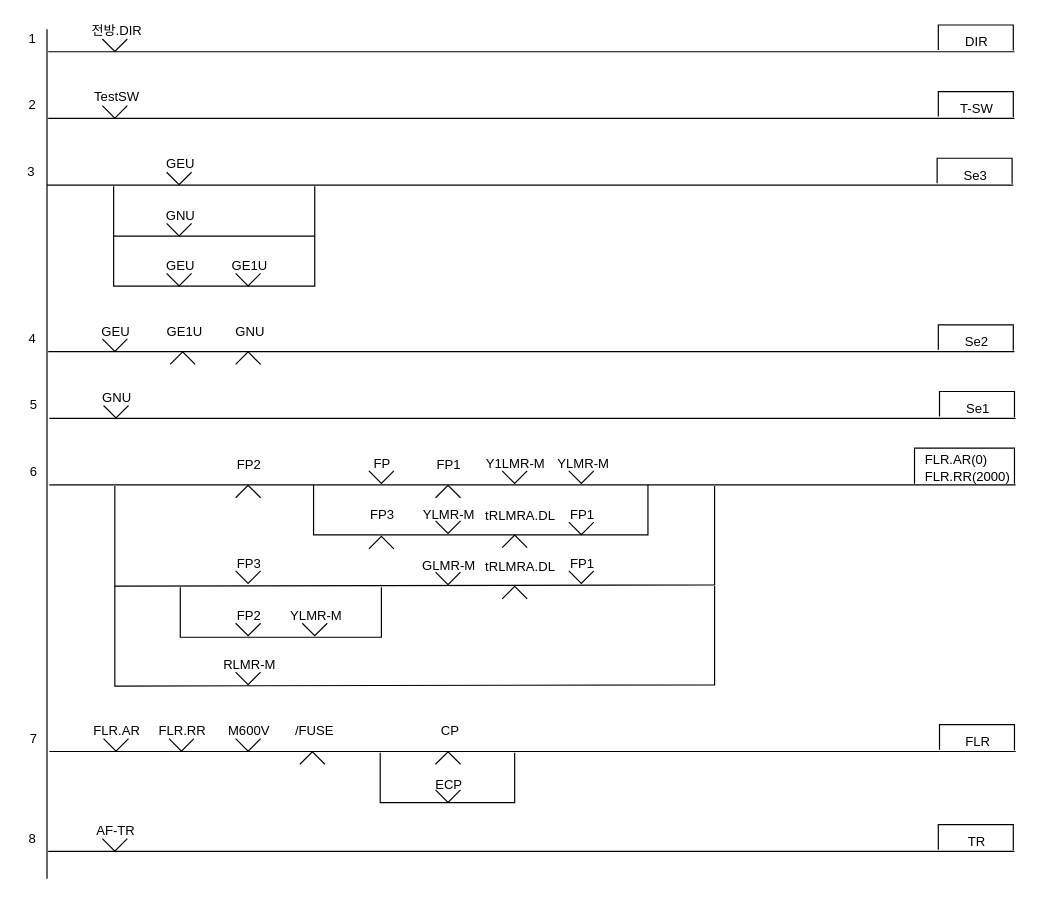
Above: page "통신제어(송신)_all" (6 of 8) of Signal/4Display-Signal-Control-Logic.drawio in chillin2/MyDraw.io (draw.io), before the change. Source tidied: cells renumbered, new cells numbered last; positions are measured from the earlier drawing's top-left corner, leaving out a move shared by most shapes. Both pictures are drawn from the tidied source at 119%, with x=0, y=0 at pixel (20, 20).
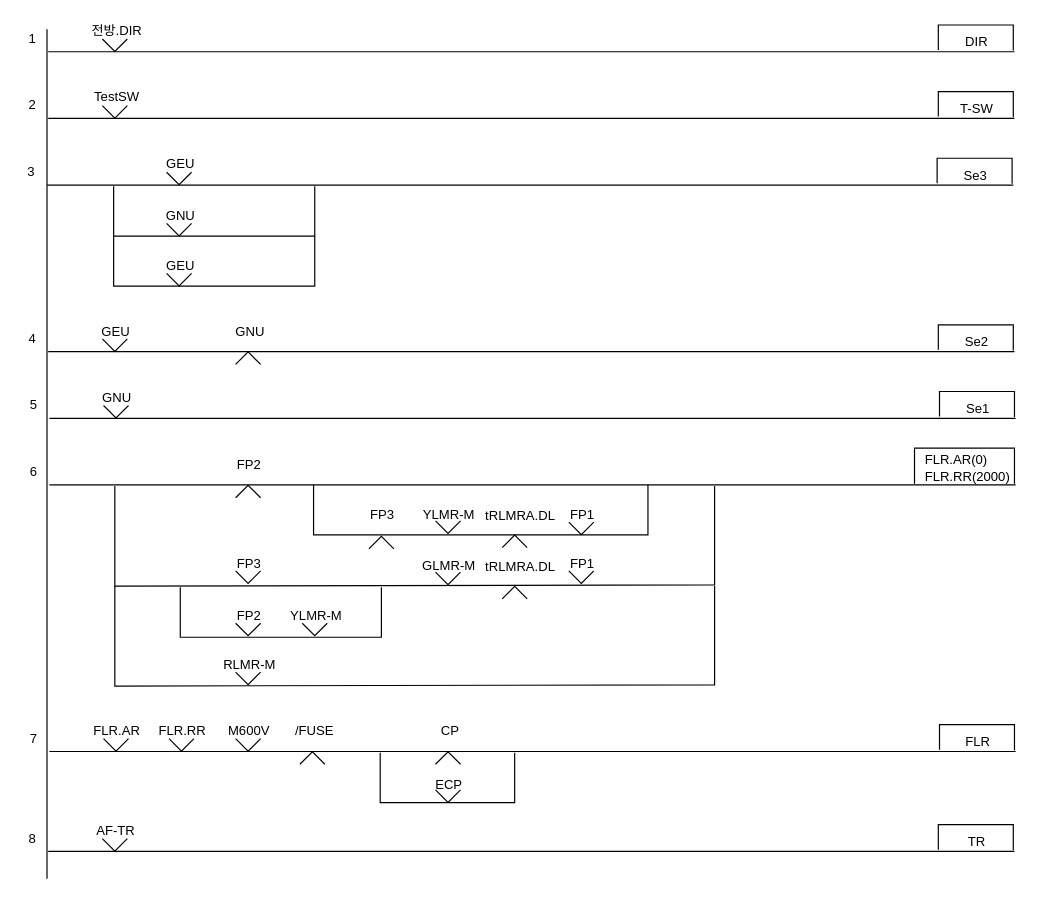
The same page after the edit.

Diff of the diagram source:
```diff
@@
-    <mxCell id="29" value="GE1U" style="text;html=1;strokeColor=none;fillColor=none;align=center;verticalAlign=middle;whiteSpace=wrap;rounded=0;fontFamily=Helvetica;fontSize=11;fontColor=default;" parent="1" vertex="1">
-      <mxGeometry x="118" y="253" width="40" height="15" as="geometry" />
-    </mxCell>
-    <mxCell id="30" style="verticalLabelPosition=bottom;html=1;verticalAlign=top;align=center;shape=mxgraph.floorplan.windowBow;strokeWidth=1;fontSize=11;direction=west;" parent="1" vertex="1">
-      <mxGeometry x="125.5" y="278" width="21" height="11" as="geometry" />
-    </mxCell>
@@
-    <mxCell id="35" style="verticalLabelPosition=bottom;html=1;verticalAlign=top;align=center;shape=mxgraph.floorplan.windowBow;strokeWidth=1;fontSize=11;" parent="1" vertex="1">
-      <mxGeometry x="180.5" y="212" width="21" height="11" as="geometry" />
-    </mxCell>
-    <mxCell id="36" value="GE1U" style="text;html=1;strokeColor=none;fillColor=none;align=center;verticalAlign=middle;whiteSpace=wrap;rounded=0;fontFamily=Helvetica;fontSize=11;fontColor=default;" parent="1" vertex="1">
-      <mxGeometry x="168" y="199" width="49" height="14" as="geometry" />
-    </mxCell>
@@
-    <mxCell id="50" value="FP" style="text;html=1;strokeColor=none;fillColor=none;align=center;verticalAlign=middle;whiteSpace=wrap;rounded=0;fontFamily=Helvetica;fontSize=11;fontColor=default;" parent="1" vertex="1">
-      <mxGeometry x="284" y="364" width="40" height="15" as="geometry" />
-    </mxCell>
-    <mxCell id="51" style="verticalLabelPosition=bottom;html=1;verticalAlign=top;align=center;shape=mxgraph.floorplan.windowBow;strokeWidth=1;fontSize=11;" parent="1" vertex="1">
-      <mxGeometry x="292.5" y="378" width="21" height="11" as="geometry" />
-    </mxCell>
-    <mxCell id="52" value="FP1" style="text;html=1;strokeColor=none;fillColor=none;align=center;verticalAlign=middle;whiteSpace=wrap;rounded=0;fontFamily=Helvetica;fontSize=11;fontColor=default;" parent="1" vertex="1">
-      <mxGeometry x="340" y="365" width="40" height="15" as="geometry" />
-    </mxCell>
-    <mxCell id="53" style="verticalLabelPosition=bottom;html=1;verticalAlign=top;align=center;shape=mxgraph.floorplan.windowBow;strokeWidth=1;fontSize=11;direction=west;" parent="1" vertex="1">
-      <mxGeometry x="348.5" y="390" width="21" height="11" as="geometry" />
-    </mxCell>
-    <mxCell id="54" value="Y1LMR-M" style="text;html=1;strokeColor=none;fillColor=none;align=center;verticalAlign=middle;whiteSpace=wrap;rounded=0;fontFamily=Helvetica;fontSize=11;fontColor=default;" parent="1" vertex="1">
-      <mxGeometry x="389" y="364" width="54" height="15" as="geometry" />
-    </mxCell>
-    <mxCell id="55" style="verticalLabelPosition=bottom;html=1;verticalAlign=top;align=center;shape=mxgraph.floorplan.windowBow;strokeWidth=1;fontSize=11;" parent="1" vertex="1">
-      <mxGeometry x="404.5" y="378" width="21" height="11" as="geometry" />
-    </mxCell>
-    <mxCell id="56" value="YLMR-M" style="text;html=1;strokeColor=none;fillColor=none;align=center;verticalAlign=middle;whiteSpace=wrap;rounded=0;fontFamily=Helvetica;fontSize=11;fontColor=default;" parent="1" vertex="1">
-      <mxGeometry x="446" y="364" width="54" height="15" as="geometry" />
-    </mxCell>
-    <mxCell id="57" style="verticalLabelPosition=bottom;html=1;verticalAlign=top;align=center;shape=mxgraph.floorplan.windowBow;strokeWidth=1;fontSize=11;" parent="1" vertex="1">
-      <mxGeometry x="460.5" y="378" width="21" height="11" as="geometry" />
-    </mxCell>
```
